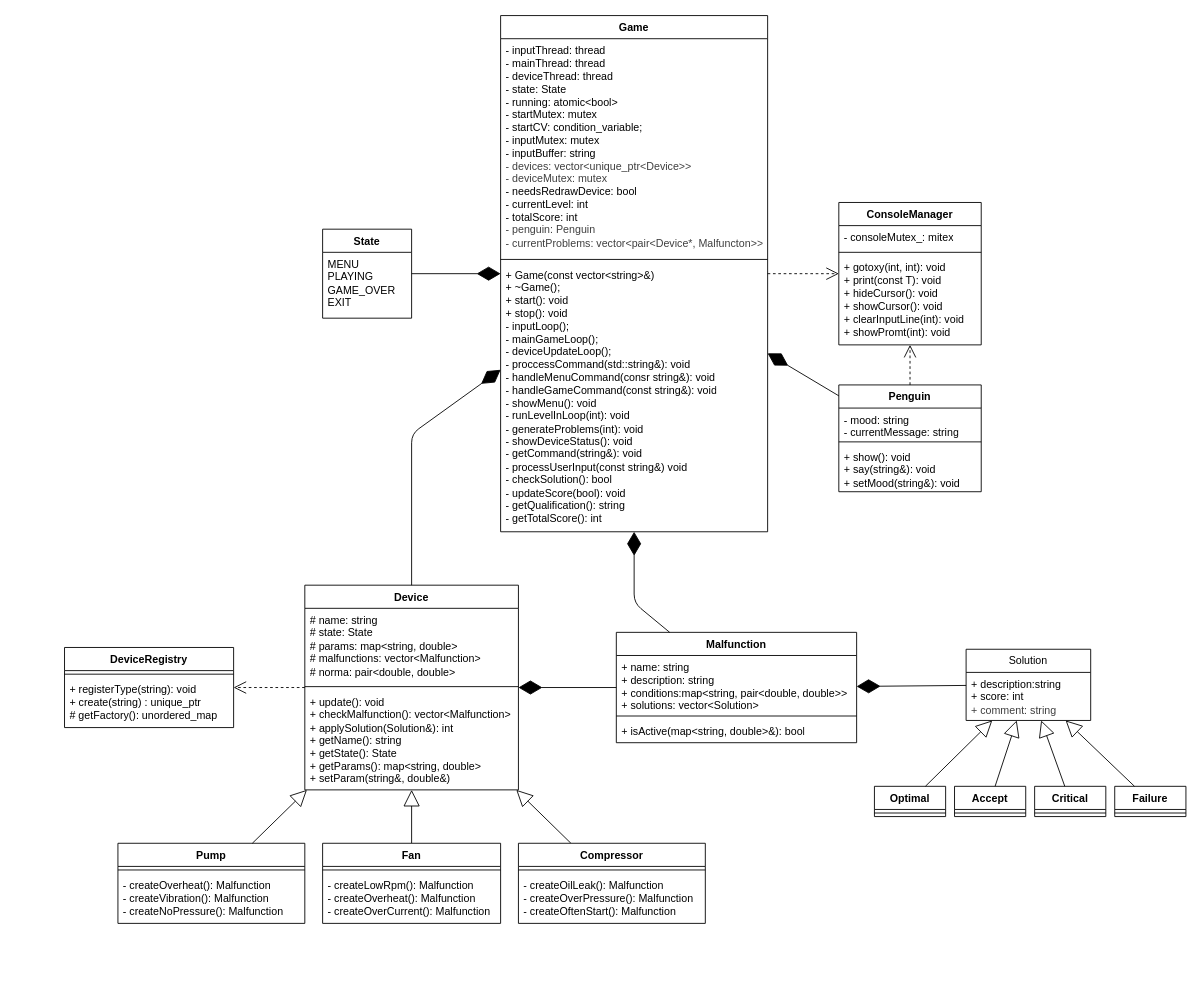
This is docs/diagram.drawio from MARGO0901/otus-finalproject, a draw.io file, before an edit. Source tidied: cells renumbered, new cells numbered last; positions are measured from the earlier drawing's top-left corner, leaving out a move shared by most shapes. Both pictures are drawn from the tidied source at 89%, with x=0, y=0 at pixel (64, 15).
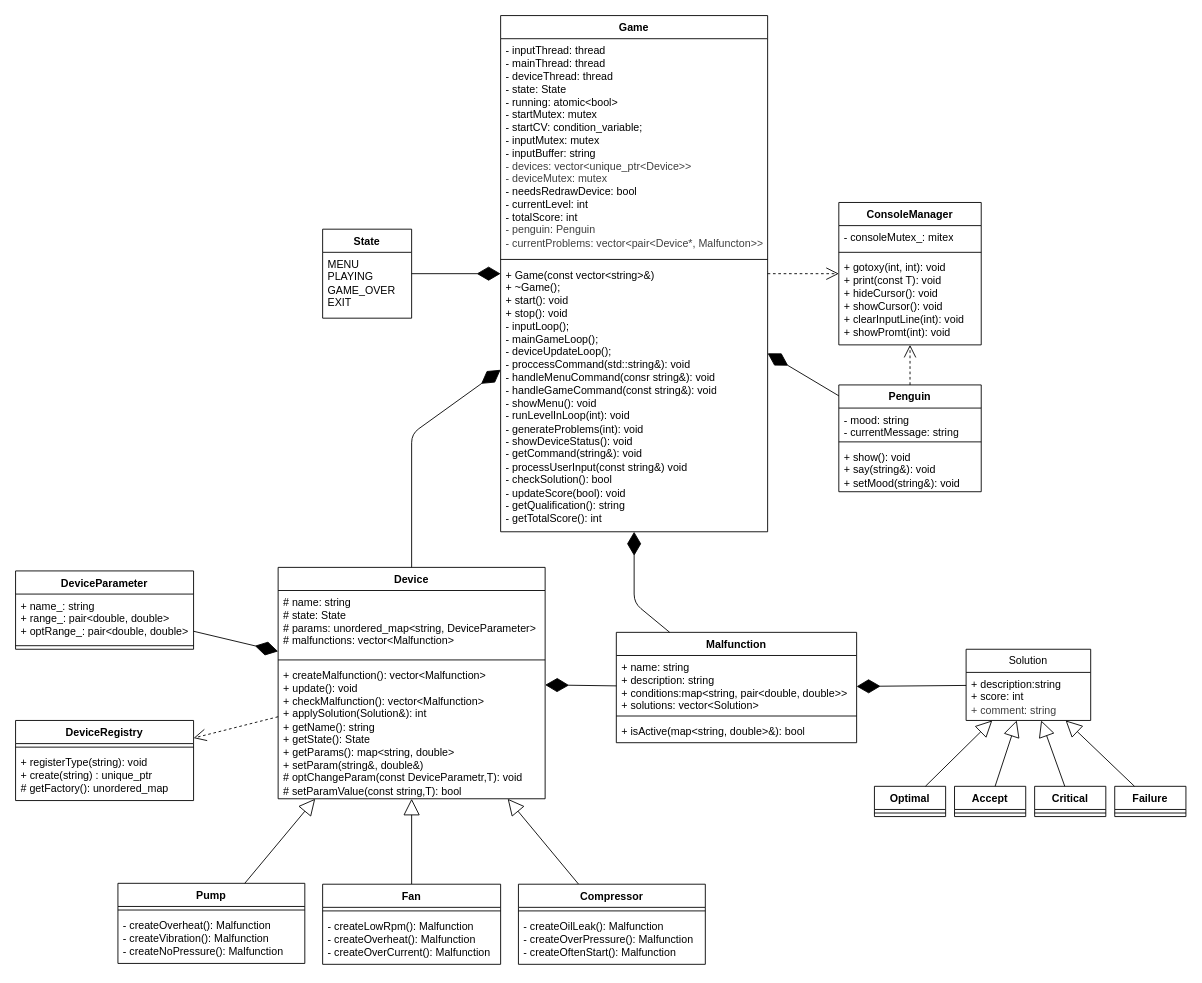
Above is the later version.

What changed in the source:
```diff
@@
     <mxCell id="6" value="Device" style="swimlane;fontStyle=1;align=center;verticalAlign=top;horizontal=1;startSize=26;whiteSpace=wrap;html=1;" parent="1" vertex="1">
-      <mxGeometry x="270" y="640" width="240" height="230" as="geometry" />
+      <mxGeometry x="240" y="620" width="300" height="260" as="geometry" />
     </mxCell>
-    <mxCell id="7" value="# name: string&lt;div&gt;# state: State&lt;/div&gt;&lt;div&gt;# params: map&amp;lt;string, double&amp;gt;&lt;/div&gt;&lt;div&gt;# malfunctions: vector&amp;lt;Malfunction&amp;gt;&lt;/div&gt;&lt;div&gt;# norma: pair&amp;lt;double, double&amp;gt;&lt;/div&gt;" style="text;strokeColor=none;fillColor=none;align=left;verticalAlign=top;spacingLeft=4;spacingRight=4;overflow=hidden;whiteSpace=wrap;html=1;" parent="6" vertex="1">
-      <mxGeometry y="26" width="240" height="84" as="geometry" />
+    <mxCell id="7" value="# name: string&lt;div&gt;# state: State&lt;/div&gt;&lt;div&gt;# params: unordered_map&amp;lt;string, DeviceParameter&amp;gt;&lt;/div&gt;&lt;div&gt;# malfunctions: vector&amp;lt;Malfunction&amp;gt;&lt;/div&gt;" style="text;strokeColor=none;fillColor=none;align=left;verticalAlign=top;spacingLeft=4;spacingRight=4;overflow=hidden;whiteSpace=wrap;html=1;" parent="6" vertex="1">
+      <mxGeometry y="26" width="300" height="74" as="geometry" />
     </mxCell>
     <mxCell id="8" style="line;strokeWidth=1;fillColor=none;align=left;verticalAlign=middle;spacingTop=-1;spacingLeft=3;spacingRight=3;labelPosition=right;strokeColor=inherit;" parent="6" vertex="1">
-      <mxGeometry y="110" width="240" height="8" as="geometry" />
+      <mxGeometry y="100" width="300" height="8" as="geometry" />
     </mxCell>
-    <mxCell id="9" value="+ update(): void&lt;div&gt;+ checkMalfunction(): vector&amp;lt;Malfunction&amp;gt;&lt;/div&gt;&lt;div&gt;+ applySolution(Solution&amp;amp;): int&lt;/div&gt;&lt;div&gt;+ getName(): string&lt;/div&gt;&lt;div&gt;+ getState(): State&lt;/div&gt;&lt;div&gt;+ getParams(): map&amp;lt;string, double&amp;gt;&amp;nbsp;&lt;/div&gt;&lt;div&gt;+ setParam(string&amp;amp;, double&amp;amp;)&lt;/div&gt;" style="text;strokeColor=none;fillColor=none;align=left;verticalAlign=top;spacingLeft=4;spacingRight=4;overflow=hidden;whiteSpace=wrap;html=1;" parent="6" vertex="1">
-      <mxGeometry y="118" width="240" height="112" as="geometry" />
+    <mxCell id="9" value="&lt;div&gt;+ createMalfunction(): vector&amp;lt;Malfunction&amp;gt;&lt;/div&gt;+ update(): void&lt;div&gt;+ checkMalfunction(): vector&amp;lt;Malfunction&amp;gt;&lt;/div&gt;&lt;div&gt;+ applySolution(Solution&amp;amp;): int&lt;/div&gt;&lt;div&gt;+ getName(): string&lt;/div&gt;&lt;div&gt;+ getState(): State&lt;/div&gt;&lt;div&gt;+ getParams(): map&amp;lt;string, double&amp;gt;&amp;nbsp;&lt;/div&gt;&lt;div&gt;+ setParam(string&amp;amp;, double&amp;amp;)&lt;/div&gt;&lt;div&gt;# optChangeParam(const DeviceParametr,T): void&lt;/div&gt;&lt;div&gt;# setParamValue(const string,T): bool&lt;/div&gt;" style="text;strokeColor=none;fillColor=none;align=left;verticalAlign=top;spacingLeft=4;spacingRight=4;overflow=hidden;whiteSpace=wrap;html=1;" parent="6" vertex="1">
+      <mxGeometry y="108" width="300" height="152" as="geometry" />
     </mxCell>
@@
     <mxCell id="11" value="Pump" style="swimlane;fontStyle=1;align=center;verticalAlign=top;horizontal=1;startSize=26;whiteSpace=wrap;html=1;" parent="1" vertex="1">
-      <mxGeometry x="60" y="930" width="210" height="90" as="geometry" />
+      <mxGeometry x="60" y="975" width="210" height="90" as="geometry" />
     </mxCell>
@@
     <mxCell id="42" value="Fan" style="swimlane;fontStyle=1;align=center;verticalAlign=top;horizontal=1;startSize=26;whiteSpace=wrap;html=1;" parent="1" vertex="1">
-      <mxGeometry x="290" y="930" width="200" height="90" as="geometry" />
+      <mxGeometry x="290" y="976" width="200" height="90" as="geometry" />
     </mxCell>
@@
     <mxCell id="45" value="Compressor" style="swimlane;fontStyle=1;align=center;verticalAlign=top;horizontal=1;startSize=26;whiteSpace=wrap;html=1;" parent="1" vertex="1">
-      <mxGeometry x="510" y="930" width="210" height="90" as="geometry" />
+      <mxGeometry x="510" y="976" width="210" height="90" as="geometry" />
     </mxCell>
@@
     <mxCell id="48" value="DeviceRegistry" style="swimlane;fontStyle=1;align=center;verticalAlign=top;horizontal=1;startSize=26;whiteSpace=wrap;html=1;" parent="1" vertex="1">
-      <mxGeometry y="710" width="190" height="90" as="geometry" />
+      <mxGeometry x="-55" y="792" width="200" height="90" as="geometry" />
     </mxCell>
     <mxCell id="49" style="line;strokeWidth=1;fillColor=none;align=left;verticalAlign=middle;spacingTop=-1;spacingLeft=3;spacingRight=3;labelPosition=right;strokeColor=inherit;" parent="48" vertex="1">
-      <mxGeometry y="26" width="190" height="8" as="geometry" />
+      <mxGeometry y="26" width="200" height="8" as="geometry" />
     </mxCell>
     <mxCell id="50" value="+ registerType(string): void&lt;div&gt;+ create(string) : unique_ptr&lt;/div&gt;&lt;div&gt;# getFactory(): unordered_map&lt;/div&gt;" style="text;strokeColor=none;fillColor=none;align=left;verticalAlign=top;spacingLeft=4;spacingRight=4;overflow=hidden;whiteSpace=wrap;html=1;" parent="48" vertex="1">
-      <mxGeometry y="34" width="190" height="56" as="geometry" />
+      <mxGeometry y="34" width="200" height="56" as="geometry" />
     </mxCell>
@@
+    <mxCell id="62" value="DeviceParameter" style="swimlane;fontStyle=1;align=center;verticalAlign=top;horizontal=1;startSize=26;whiteSpace=wrap;html=1;" parent="1" vertex="1">
+      <mxGeometry x="-55" y="624" width="200" height="88" as="geometry" />
+    </mxCell>
+    <mxCell id="63" value="+ name_: string&lt;div&gt;+ range_: pair&amp;lt;double, double&amp;gt;&lt;/div&gt;&lt;div&gt;+ optRange_: pair&amp;lt;double, double&amp;gt;&lt;/div&gt;" style="text;strokeColor=none;fillColor=none;align=left;verticalAlign=top;spacingLeft=4;spacingRight=4;overflow=hidden;whiteSpace=wrap;html=1;" parent="62" vertex="1">
+      <mxGeometry y="26" width="200" height="54" as="geometry" />
+    </mxCell>
+    <mxCell id="64" style="line;strokeWidth=1;fillColor=none;align=left;verticalAlign=middle;spacingTop=-1;spacingLeft=3;spacingRight=3;labelPosition=right;strokeColor=inherit;" parent="62" vertex="1">
+      <mxGeometry y="80" width="200" height="8" as="geometry" />
+    </mxCell>
+    <mxCell id="65" style="endArrow=diamondThin;endFill=1;endSize=24;html=1;" parent="1" edge="1" source="62" target="6">
+      <mxGeometry relative="1" as="geometry" />
+    </mxCell>
```
